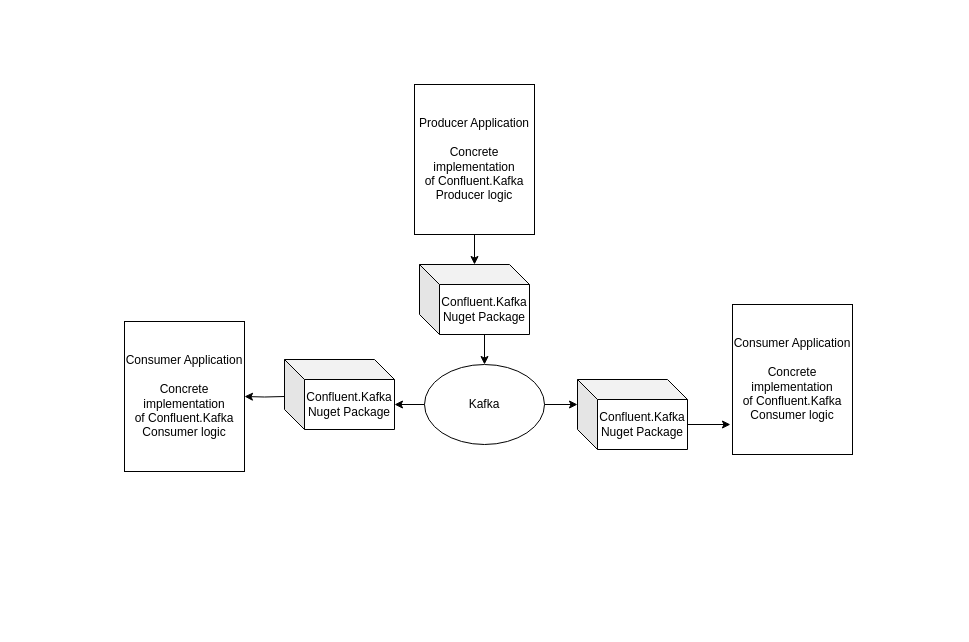
Above: page "Poor Architecture" (1 of 2) of ConfluentKafkaDemo.drawio in David-Mordechai/ConfluentKafka (draw.io), before the change. Source tidied: cells renumbered, new cells numbered last; positions are measured from the earlier drawing's top-left corner, leaving out a move shared by most shapes. Both pictures are drawn from the tidied source at 100%, with x=0, y=0 at pixel (124, 84). Pictures stored in the file or linked from it are replaced by grey dashed boxes.
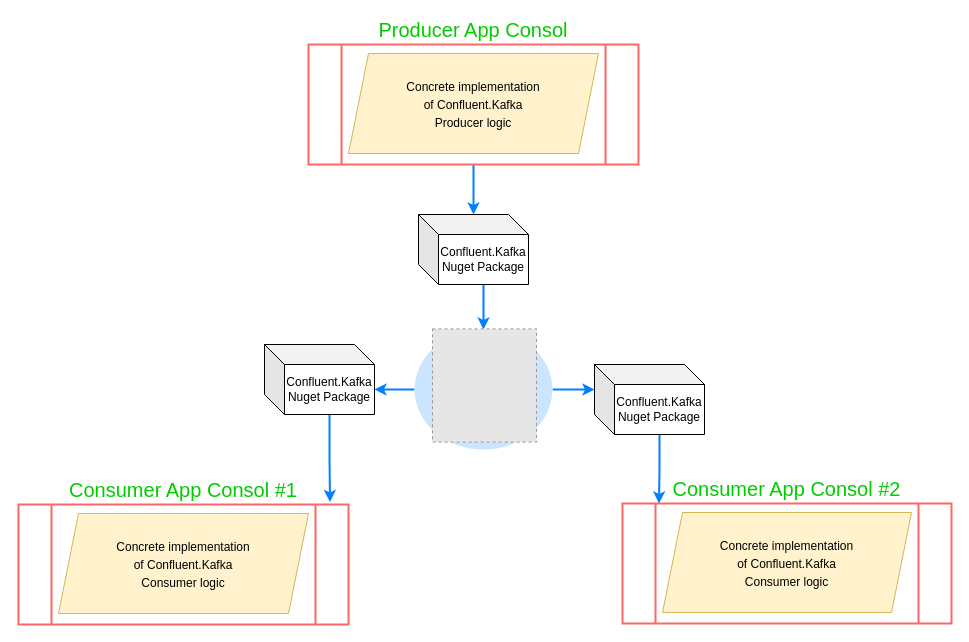
The same diagram, later.

Change to the diagram source:
```diff
@@
 <mxGraphModel>
   <root>
     <mxCell id="0" />
     <mxCell id="1" parent="0" />
-    <mxCell id="2" value="Kafka" style="ellipse;whiteSpace=wrap;html=1;" parent="1" vertex="1">
-      <mxGeometry x="300" y="280" width="120" height="80" as="geometry" />
-    </mxCell>
-    <mxCell id="3" style="edgeStyle=orthogonalEdgeStyle;rounded=0;jettySize=auto;html=1;exitX=0;exitY=0;exitDx=65;exitDy=70;exitPerimeter=0;entryX=0.5;entryY=0;entryDx=0;entryDy=0;fontSize=12;" parent="1" edge="1" source="4" target="2">
+    <mxCell id="3" style="edgeStyle=orthogonalEdgeStyle;rounded=0;jettySize=auto;html=1;exitX=0;exitY=0;exitDx=65;exitDy=70;exitPerimeter=0;entryX=0.5;entryY=0;entryDx=0;entryDy=0;fontSize=12;strokeWidth=2;strokeColor=#007FFF;" parent="1" edge="1" source="4" target="17">
       <mxGeometry relative="1" as="geometry" />
     </mxCell>
     <mxCell id="4" value="&lt;font style=&quot;font-size: 12px&quot;&gt;Confluent.Kafka&lt;br&gt;Nuget Package&lt;/font&gt;" style="shape=cube;whiteSpace=wrap;html=1;boundedLbl=1;backgroundOutline=1;darkOpacity=0.05;darkOpacity2=0.1;" parent="1" vertex="1">
-      <mxGeometry x="295" y="180" width="110" height="70" as="geometry" />
+      <mxGeometry x="294" y="130" width="110" height="70" as="geometry" />
     </mxCell>
-    <mxCell id="5" style="edgeStyle=orthogonalEdgeStyle;rounded=0;jettySize=auto;html=1;exitX=0.5;exitY=1;exitDx=0;exitDy=0;fontSize=12;" parent="1" edge="1" source="6" target="4">
+    <mxCell id="5" style="edgeStyle=orthogonalEdgeStyle;rounded=0;jettySize=auto;html=1;exitX=0.5;exitY=1;exitDx=0;exitDy=0;fontSize=12;strokeWidth=2;strokeColor=#007FFF;" parent="1" edge="1" source="19" target="4">
       <mxGeometry relative="1" as="geometry" />
     </mxCell>
-    <mxCell id="6" value="Producer Application&lt;br&gt;&lt;br&gt;Concrete implementation&lt;br&gt;of Confluent.Kafka&lt;br&gt;Producer logic" style="rounded=0;whiteSpace=wrap;html=1;fontSize=12;" parent="1" vertex="1">
-      <mxGeometry x="290" width="120" height="150" as="geometry" />
-    </mxCell>
-    <mxCell id="7" style="edgeStyle=orthogonalEdgeStyle;rounded=0;jettySize=auto;html=1;exitX=0;exitY=0.5;exitDx=0;exitDy=0;entryX=0;entryY=0;entryDx=110;entryDy=45;fontSize=12;entryPerimeter=0;" parent="1" edge="1" source="2" target="8">
+    <mxCell id="7" style="edgeStyle=orthogonalEdgeStyle;rounded=0;jettySize=auto;html=1;exitX=0;exitY=0.5;exitDx=0;exitDy=0;entryX=0;entryY=0;entryDx=110;entryDy=45;fontSize=12;entryPerimeter=0;strokeWidth=2;strokeColor=#007FFF;" parent="1" edge="1" source="17" target="8">
       <mxGeometry relative="1" as="geometry" />
     </mxCell>
+    <mxCell id="15" style="edgeStyle=orthogonalEdgeStyle;rounded=0;jettySize=auto;html=1;exitX=0;exitY=0;exitDx=65;exitDy=70;exitPerimeter=0;entryX=0.944;entryY=-0.021;entryDx=0;entryDy=0;entryPerimeter=0;fontSize=13;fontColor=#007FFF;strokeColor=#007FFF;strokeWidth=2;" parent="1" edge="1" source="8" target="21">
+      <mxGeometry relative="1" as="geometry" />
+    </mxCell>
     <mxCell id="8" value="&lt;font style=&quot;font-size: 12px&quot;&gt;Confluent.Kafka&lt;br&gt;Nuget Package&lt;/font&gt;" style="shape=cube;whiteSpace=wrap;html=1;boundedLbl=1;backgroundOutline=1;darkOpacity=0.05;darkOpacity2=0.1;" parent="1" vertex="1">
-      <mxGeometry x="160" y="275" width="110" height="70" as="geometry" />
+      <mxGeometry x="140" y="260" width="110" height="70" as="geometry" />
     </mxCell>
-    <mxCell id="9" style="edgeStyle=orthogonalEdgeStyle;rounded=0;jettySize=auto;html=1;exitX=1;exitY=0.5;exitDx=0;exitDy=0;fontSize=12;entryX=1;entryY=0.5;entryDx=0;entryDy=0;" parent="1" edge="1" target="10">
-      <mxGeometry relative="1" as="geometry">
-        <mxPoint x="160" y="312" as="sourcePoint" />
-      </mxGeometry>
-    </mxCell>
-    <mxCell id="10" value="Consumer Application&lt;br&gt;&lt;br&gt;Concrete implementation&lt;br&gt;of Confluent.Kafka&lt;br&gt;Consumer logic" style="rounded=0;whiteSpace=wrap;html=1;fontSize=12;" parent="1" vertex="1">
-      <mxGeometry y="237" width="120" height="150" as="geometry" />
-    </mxCell>
-    <mxCell id="11" style="edgeStyle=orthogonalEdgeStyle;rounded=0;jettySize=auto;html=1;fontSize=12;entryX=0;entryY=0;entryDx=0;entryDy=25;entryPerimeter=0;" parent="1" edge="1" source="2" target="12">
+    <mxCell id="11" style="edgeStyle=orthogonalEdgeStyle;rounded=0;jettySize=auto;html=1;fontSize=12;entryX=0;entryY=0;entryDx=0;entryDy=25;entryPerimeter=0;exitX=1;exitY=0.5;exitDx=0;exitDy=0;strokeWidth=2;strokeColor=#007FFF;" parent="1" edge="1" source="17" target="12">
       <mxGeometry relative="1" as="geometry" />
     </mxCell>
+    <mxCell id="16" style="edgeStyle=orthogonalEdgeStyle;rounded=0;jettySize=auto;html=1;exitX=0;exitY=0;exitDx=65;exitDy=70;exitPerimeter=0;fontSize=13;fontColor=#007FFF;strokeColor=#007FFF;strokeWidth=2;entryX=0.111;entryY=0;entryDx=0;entryDy=0;entryPerimeter=0;" parent="1" edge="1" source="12" target="23">
+      <mxGeometry relative="1" as="geometry" />
+    </mxCell>
     <mxCell id="12" value="&lt;font style=&quot;font-size: 12px&quot;&gt;Confluent.Kafka&lt;br&gt;Nuget Package&lt;/font&gt;" style="shape=cube;whiteSpace=wrap;html=1;boundedLbl=1;backgroundOutline=1;darkOpacity=0.05;darkOpacity2=0.1;" parent="1" vertex="1">
-      <mxGeometry x="453" y="295" width="110" height="70" as="geometry" />
+      <mxGeometry x="470" y="280" width="110" height="70" as="geometry" />
     </mxCell>
-    <mxCell id="13" style="edgeStyle=orthogonalEdgeStyle;rounded=0;jettySize=auto;html=1;exitX=0;exitY=0;exitDx=110;exitDy=45;fontSize=12;exitPerimeter=0;entryX=-0.017;entryY=0.8;entryDx=0;entryDy=0;entryPerimeter=0;" parent="1" edge="1" source="12" target="14">
-      <mxGeometry relative="1" as="geometry" />
-    </mxCell>
-    <mxCell id="14" value="Consumer Application&lt;br&gt;&lt;br&gt;Concrete implementation&lt;br&gt;of Confluent.Kafka&lt;br&gt;Consumer logic" style="rounded=0;whiteSpace=wrap;html=1;fontSize=12;" parent="1" vertex="1">
-      <mxGeometry x="608" y="220" width="120" height="150" as="geometry" />
-    </mxCell>
+    <mxCell id="17" style="ellipse;whiteSpace=wrap;html=1;fontSize=33;fillColor=#cce5ff;strokeColor=none;" parent="1" vertex="1">
+      <mxGeometry x="290" y="245" width="138" height="120" as="geometry" />
+    </mxCell>
+    <mxCell id="18" style="fillColor=#E6E6E6;strokeColor=#999999;dashed=1;verticalLabelPosition=bottom;verticalAlign=top;fontSize=13;fontColor=#00CC00;" parent="1" vertex="1">
+      <mxGeometry x="308" y="244.4" width="104" height="113.2" as="geometry" />
+    </mxCell>
+    <mxCell id="19" value="&lt;font style=&quot;font-size: 20px&quot; color=&quot;#00cc00&quot;&gt;Producer App Consol&lt;/font&gt;" style="shape=process;whiteSpace=wrap;html=1;backgroundOutline=1;fontSize=17;fontColor=#000000;strokeColor=#FF6666;strokeWidth=2;labelPosition=center;verticalLabelPosition=top;align=center;verticalAlign=bottom;" parent="1" vertex="1">
+      <mxGeometry x="184" y="-40" width="330" height="120" as="geometry" />
+    </mxCell>
+    <mxCell id="20" value="&lt;span style=&quot;font-size: 12px&quot;&gt;Concrete implementation&lt;/span&gt;&lt;br style=&quot;font-size: 12px&quot;&gt;&lt;span style=&quot;font-size: 12px&quot;&gt;of Confluent.Kafka&lt;/span&gt;&lt;br style=&quot;font-size: 12px&quot;&gt;&lt;span style=&quot;font-size: 12px&quot;&gt;Producer logic&lt;/span&gt;" style="shape=parallelogram;perimeter=parallelogramPerimeter;whiteSpace=wrap;html=1;fixedSize=1;fontSize=15;strokeColor=#d6b656;strokeWidth=1;fillColor=#fff2cc;" parent="1" vertex="1">
+      <mxGeometry x="224" y="-31" width="250" height="100" as="geometry" />
+    </mxCell>
+    <mxCell id="21" value="&lt;font style=&quot;font-size: 20px&quot; color=&quot;#00cc00&quot;&gt;Consumer App Consol #1&lt;/font&gt;" style="shape=process;whiteSpace=wrap;html=1;backgroundOutline=1;fontSize=17;fontColor=#000000;strokeColor=#FF6666;strokeWidth=2;labelPosition=center;verticalLabelPosition=top;align=center;verticalAlign=bottom;" parent="1" vertex="1">
+      <mxGeometry x="-106" y="420" width="330" height="120" as="geometry" />
+    </mxCell>
+    <mxCell id="22" value="&lt;span style=&quot;font-size: 12px&quot;&gt;Concrete implementation&lt;/span&gt;&lt;br style=&quot;font-size: 12px&quot;&gt;&lt;span style=&quot;font-size: 12px&quot;&gt;of Confluent.Kafka&lt;/span&gt;&lt;br style=&quot;font-size: 12px&quot;&gt;&lt;span style=&quot;font-size: 12px&quot;&gt;Consumer logic&lt;/span&gt;" style="shape=parallelogram;perimeter=parallelogramPerimeter;whiteSpace=wrap;html=1;fixedSize=1;fontSize=15;strokeColor=#d6b656;strokeWidth=1;fillColor=#fff2cc;" parent="1" vertex="1">
+      <mxGeometry x="-66" y="429" width="250" height="100" as="geometry" />
+    </mxCell>
+    <mxCell id="23" value="&lt;font style=&quot;font-size: 20px&quot; color=&quot;#00cc00&quot;&gt;Consumer App Consol #2&lt;/font&gt;" style="shape=process;whiteSpace=wrap;html=1;backgroundOutline=1;fontSize=17;fontColor=#000000;strokeColor=#FF6666;strokeWidth=2;labelPosition=center;verticalLabelPosition=top;align=center;verticalAlign=bottom;" parent="1" vertex="1">
+      <mxGeometry x="498" y="419" width="329" height="120" as="geometry" />
+    </mxCell>
+    <mxCell id="24" value="&lt;span style=&quot;font-size: 12px&quot;&gt;Concrete implementation&lt;/span&gt;&lt;br style=&quot;font-size: 12px&quot;&gt;&lt;span style=&quot;font-size: 12px&quot;&gt;of Confluent.Kafka&lt;/span&gt;&lt;br style=&quot;font-size: 12px&quot;&gt;&lt;span style=&quot;font-size: 12px&quot;&gt;Consumer logic&lt;/span&gt;" style="shape=parallelogram;perimeter=parallelogramPerimeter;whiteSpace=wrap;html=1;fixedSize=1;fontSize=15;strokeColor=#d6b656;strokeWidth=1;fillColor=#fff2cc;" parent="1" vertex="1">
+      <mxGeometry x="538" y="428" width="249" height="100" as="geometry" />
+    </mxCell>
   </root>
 </mxGraphModel>
```
